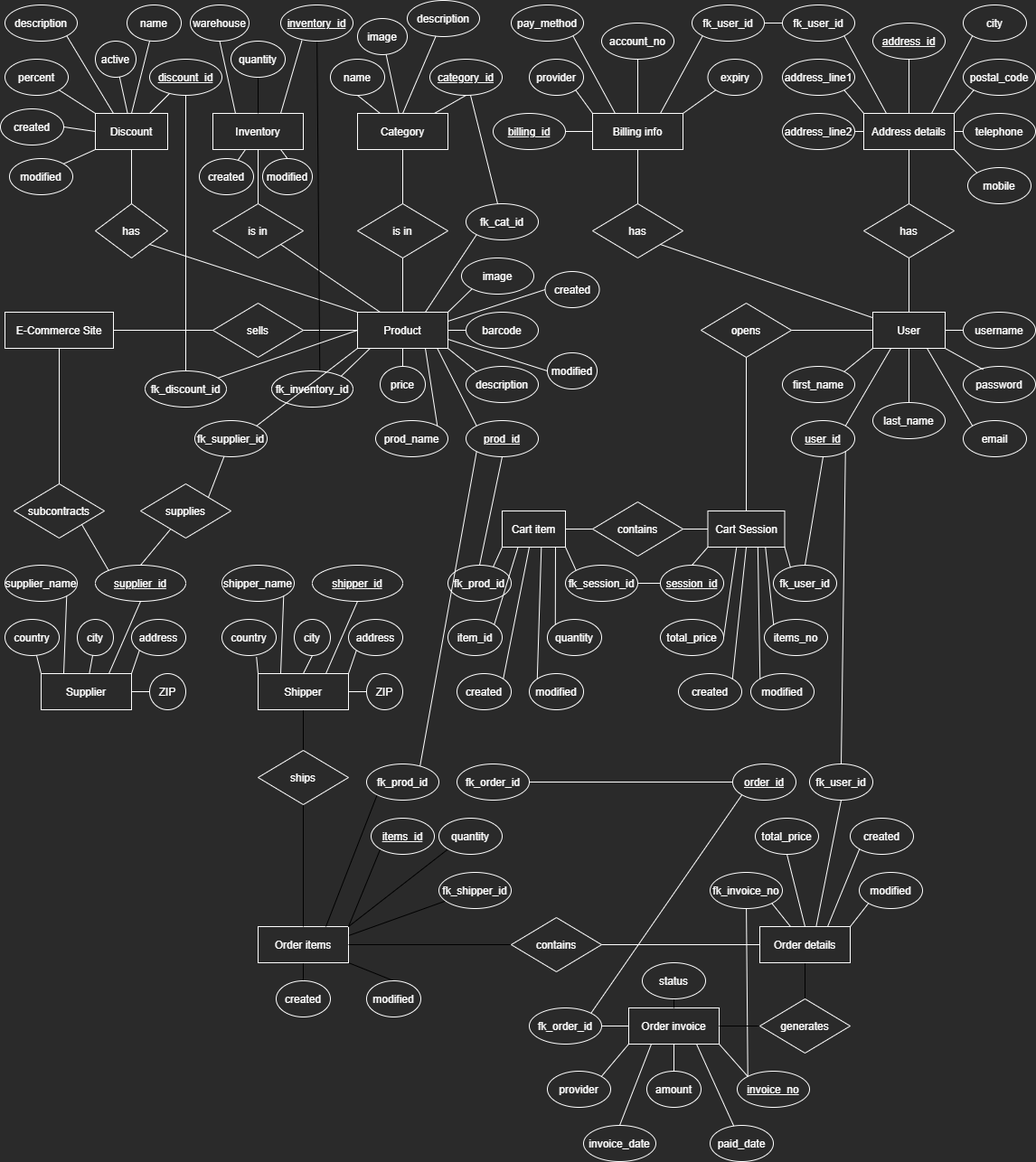
Before: diagrams/famazon_er_diagram.png, a diagram exported from draw.io (PCSedlaczek/BE15_CR9_Sedlaczek). Source tidied: cells renumbered, new cells last; positions are measured from the earlier drawing's top-left corner, leaving out a move shared by most shapes.
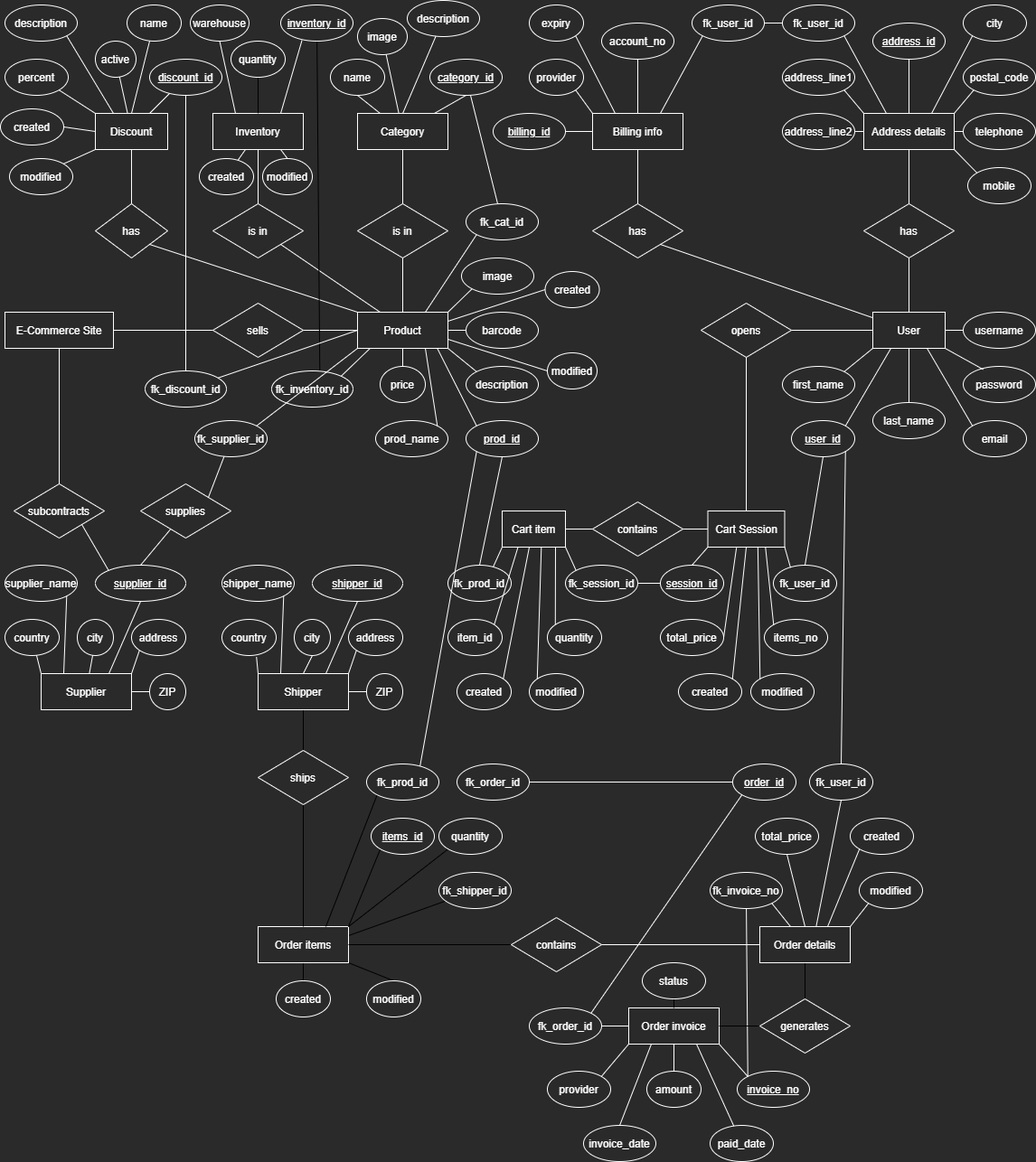
The same file after the commit.

Change to the diagram source:
```diff
@@ -103,9 +103,6 @@
     <mxCell id="34" style="edgeStyle=none;curved=1;html=1;exitX=0.5;exitY=0;exitDx=0;exitDy=0;entryX=0.5;entryY=1;entryDx=0;entryDy=0;fontColor=#FFFFFF;endArrow=none;endFill=0;strokeColor=#FFFFFF;" parent="1" edge="1" source="39" target="49">
       <mxGeometry relative="1" as="geometry" />
     </mxCell>
-    <mxCell id="35" style="edgeStyle=none;curved=1;html=1;exitX=1;exitY=0;exitDx=0;exitDy=0;entryX=0;entryY=1;entryDx=0;entryDy=0;fontColor=#FFFFFF;endArrow=none;endFill=0;strokeColor=#FFFFFF;" parent="1" edge="1" source="39" target="50">
-      <mxGeometry relative="1" as="geometry" />
-    </mxCell>
     <mxCell id="36" style="edgeStyle=none;curved=1;html=1;exitX=0.75;exitY=0;exitDx=0;exitDy=0;entryX=0;entryY=1;entryDx=0;entryDy=0;fontColor=#FFFFFF;endArrow=none;endFill=0;strokeColor=#FFFFFF;" parent="1" edge="1" source="39" target="46">
       <mxGeometry relative="1" as="geometry" />
     </mxCell>
@@ -139,8 +136,8 @@
     <mxCell id="46" value="fk_user_id" style="ellipse;whiteSpace=wrap;html=1;align=center;labelBackgroundColor=none;fontColor=#FFFFFF;strokeColor=#FFFFFF;strokeWidth=1;fillColor=none;" parent="1" vertex="1">
       <mxGeometry x="765" y="5" width="80" height="40" as="geometry" />
     </mxCell>
-    <mxCell id="47" value="pay_method" style="ellipse;whiteSpace=wrap;html=1;align=center;labelBackgroundColor=none;fontColor=#FFFFFF;strokeColor=#FFFFFF;strokeWidth=1;fillColor=none;" parent="1" vertex="1">
-      <mxGeometry x="565" y="5" width="80" height="40" as="geometry" />
+    <mxCell id="47" value="expiry" style="ellipse;whiteSpace=wrap;html=1;align=center;labelBackgroundColor=none;fontColor=#FFFFFF;strokeColor=#FFFFFF;strokeWidth=1;fillColor=none;" parent="1" vertex="1">
+      <mxGeometry x="585" y="5" width="60" height="40" as="geometry" />
     </mxCell>
     <mxCell id="48" value="provider" style="ellipse;whiteSpace=wrap;html=1;align=center;labelBackgroundColor=none;fontColor=#FFFFFF;strokeColor=#FFFFFF;strokeWidth=1;fillColor=none;" parent="1" vertex="1">
       <mxGeometry x="585" y="65" width="60" height="40" as="geometry" />
@@ -148,9 +145,6 @@
     <mxCell id="49" value="account_no" style="ellipse;whiteSpace=wrap;html=1;align=center;labelBackgroundColor=none;fontColor=#FFFFFF;strokeColor=#FFFFFF;strokeWidth=1;fillColor=none;" parent="1" vertex="1">
       <mxGeometry x="665" y="25" width="80" height="40" as="geometry" />
     </mxCell>
-    <mxCell id="50" value="expiry" style="ellipse;whiteSpace=wrap;html=1;align=center;labelBackgroundColor=none;fontColor=#FFFFFF;strokeColor=#FFFFFF;strokeWidth=1;fillColor=none;" parent="1" vertex="1">
-      <mxGeometry x="782.5" y="65" width="60" height="40" as="geometry" />
-    </mxCell>
     <mxCell id="51" value="address_id" style="ellipse;whiteSpace=wrap;html=1;align=center;labelBackgroundColor=none;fontColor=#FFFFFF;strokeColor=#FFFFFF;strokeWidth=1;fillColor=none;fontStyle=4;" parent="1" vertex="1">
       <mxGeometry x="965" y="25" width="80" height="40" as="geometry" />
     </mxCell>
```
